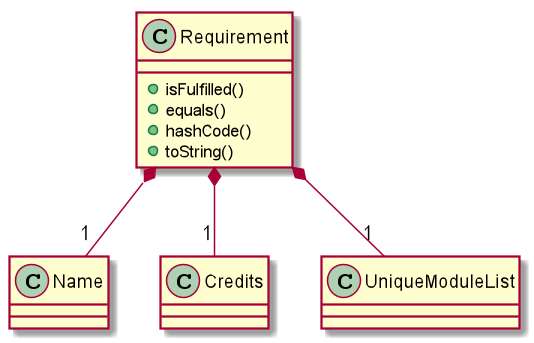
The PlantUML diagram images/developer-guide/RequirementClassDiagram.png in AY1920S2-CS2103T-F09-3/main, before a commit. Its diagram source:
```plantuml
@startuml
class Requirement {
    +isFulfilled()
    +equals()
    +hashCode()
    +toString()
}
class Name {}
class Credits {}
class UniqueModuleList {}

Requirement *-- "1" Name
Requirement *-- "1" Credits
Requirement *-- "1" UniqueModuleList
@enduml
```
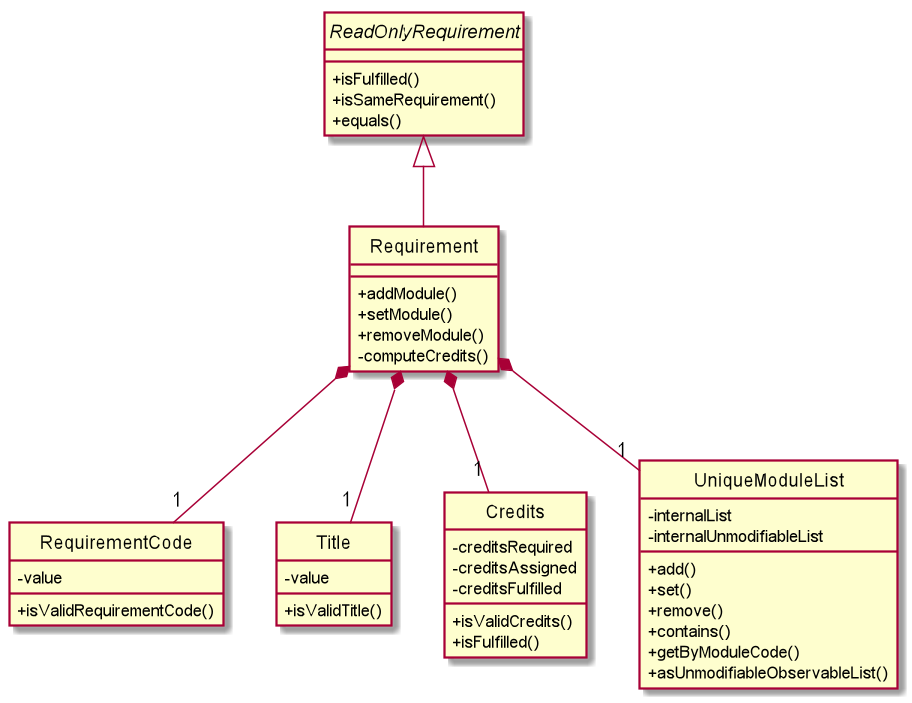
Above is the later version.

Change to the diagram source:
```diff
@@ -1,15 +1,52 @@
 @startuml
+hide circle
+skinparam classAttributeIconSize 0
+
+interface ReadOnlyRequirement {
+    +isFulfilled()
+    +isSameRequirement()
+    +equals()
+}
+
 class Requirement {
+    +addModule()
+    +setModule()
+    +removeModule()
+    -computeCredits()
+}
+
+class RequirementCode {
+    -value
+    +isValidRequirementCode()
+}
+
+class Title {
+    -value
+    +isValidTitle()
+}
+
+class Credits {
+    -creditsRequired
+    -creditsAssigned
+    -creditsFulfilled
+    +isValidCredits()
     +isFulfilled()
-    +equals()
-    +hashCode()
-    +toString()
 }
-class Name {}
-class Credits {}
-class UniqueModuleList {}
 
-Requirement *-- "1" Name
+class UniqueModuleList {
+    -internalList
+    -internalUnmodifiableList
+    +add()
+    +set()
+    +remove()
+    +contains()
+    +getByModuleCode()
+    +asUnmodifiableObservableList()
+}
+
+ReadOnlyRequirement <|-- Requirement
+Requirement *-- "1" RequirementCode
+Requirement *-- "1" Title
 Requirement *-- "1" Credits
 Requirement *-- "1" UniqueModuleList
 @enduml
```
